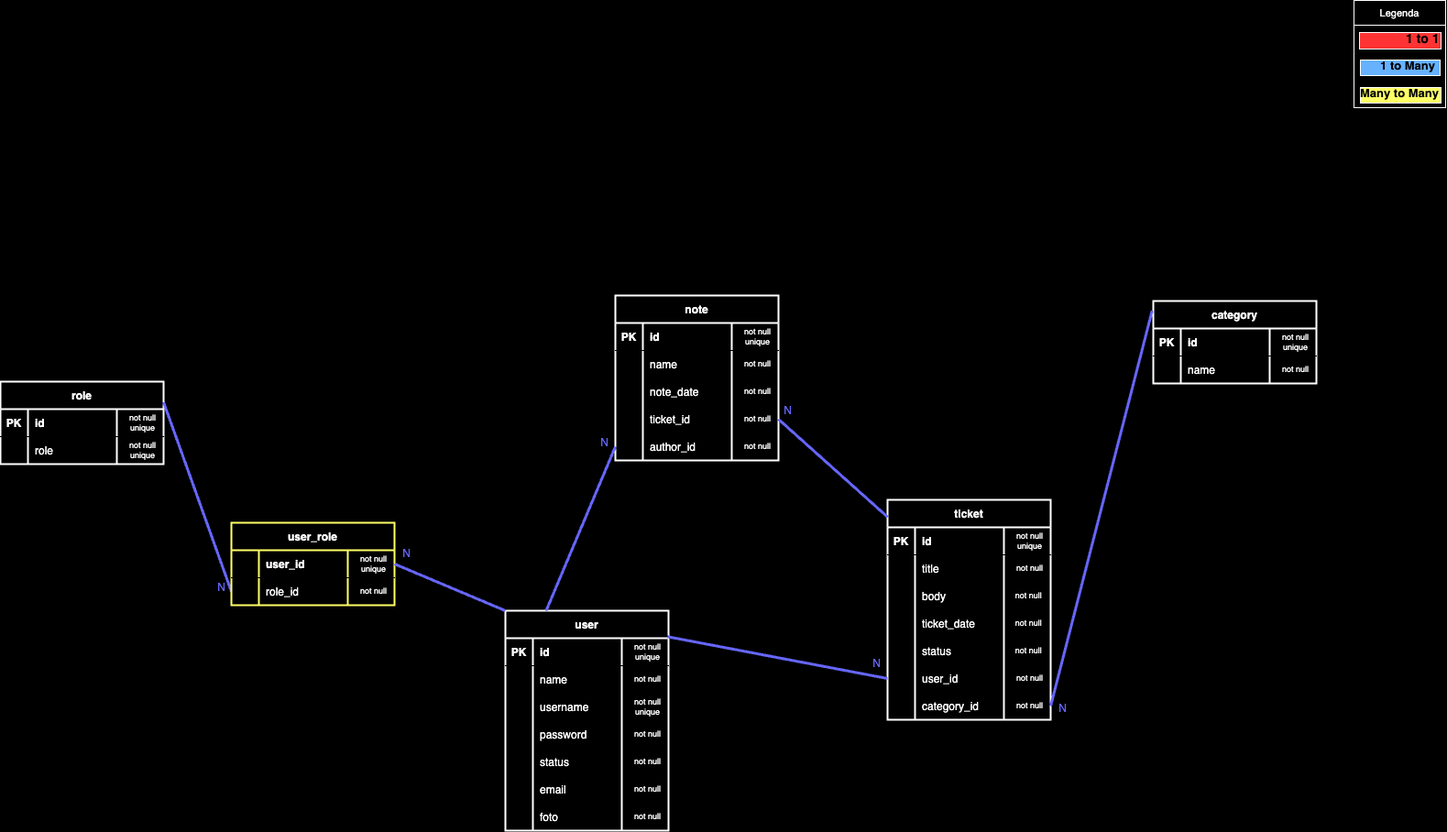
Above: diagram-er-ticketPlatform.drawio.png in LudovicaMassimino/ticket-platform (draw.io), before the change. Source tidied: cells renumbered, new cells last; positions are measured from the earlier drawing's top-left corner, leaving out a move shared by most shapes.
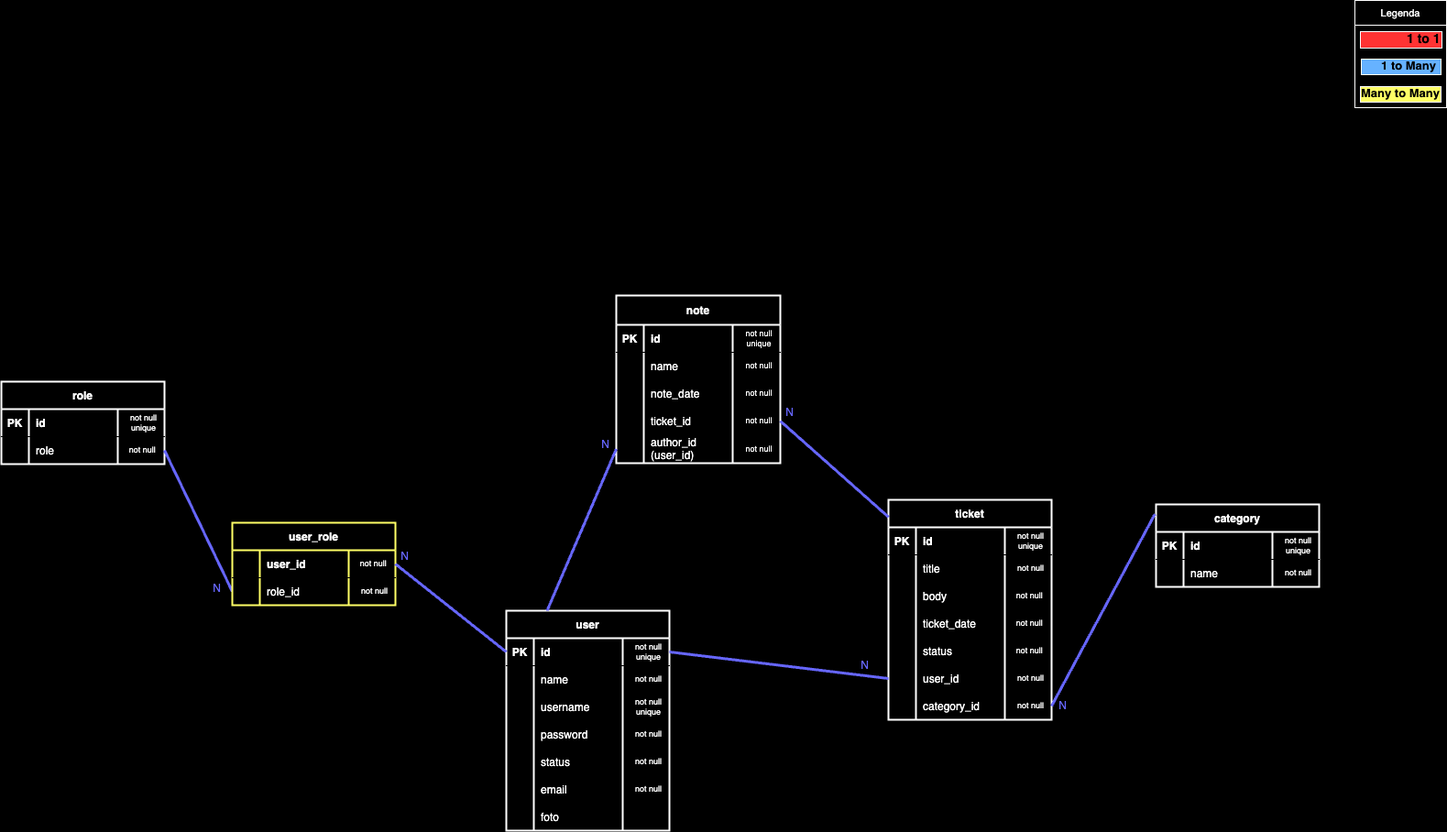
After the change.

Change to the diagram source:
```diff
@@ -86,7 +86,7 @@
     <mxCell id="29" value="foto" style="shape=partialRectangle;fillColor=none;top=0;left=0;bottom=0;right=0;align=left;spacingLeft=6;overflow=hidden;fontColor=#FFFFFF;" parent="27" vertex="1">
       <mxGeometry x="30" width="97" height="30" as="geometry" />
     </mxCell>
-    <mxCell id="30" value="not null" style="shape=partialRectangle;fillColor=none;top=0;left=0;bottom=0;right=0;align=center;spacingLeft=6;overflow=hidden;fontColor=#FFFFFF;fontSize=9;whiteSpace=wrap;" parent="27" vertex="1">
+    <mxCell id="30" style="shape=partialRectangle;fillColor=none;top=0;left=0;bottom=0;right=0;align=center;spacingLeft=6;overflow=hidden;fontColor=#FFFFFF;fontSize=9;whiteSpace=wrap;" parent="27" vertex="1">
       <mxGeometry x="127" width="51" height="30" as="geometry" />
     </mxCell>
     <mxCell id="31" value="ticket" style="shape=table;startSize=30;rowLines=0;fontStyle=1;align=center;labelBackgroundColor=none;labelBorderColor=none;fillColor=none;fontColor=#FFFFFF;strokeColor=#FFFFFF;swimlaneFillColor=#000000;strokeWidth=2;" parent="1" vertex="1">
@@ -177,7 +177,7 @@
       <mxGeometry x="127" width="51" height="30" as="geometry" />
     </mxCell>
     <mxCell id="60" value="category" style="shape=table;startSize=30;rowLines=0;fontStyle=1;align=center;labelBackgroundColor=none;labelBorderColor=none;fillColor=none;fontColor=#FFFFFF;strokeColor=#FFFFFF;swimlaneFillColor=#000000;strokeWidth=2;" parent="1" vertex="1">
-      <mxGeometry x="1258" y="328" width="178" height="90" as="geometry" />
+      <mxGeometry x="1260" y="550" width="178" height="90" as="geometry" />
     </mxCell>
     <mxCell id="61" style="shape=tableRow;horizontal=0;startSize=0;swimlaneHead=0;swimlaneBody=0;fillColor=none;top=0;left=0;right=0;bottom=1;" parent="60" vertex="1">
       <mxGeometry y="30" width="178" height="30" as="geometry" />
@@ -218,21 +218,16 @@
     <mxCell id="73" style="endArrow=none;html=1;rounded=0;exitX=1;exitY=0.5;exitDx=0;exitDy=0;strokeWidth=3;strokeColor=#6666FF;entryX=-0.007;entryY=0.118;entryDx=0;entryDy=0;entryPerimeter=0;" parent="1" edge="1" source="56" target="60">
       <mxGeometry relative="1" as="geometry" />
     </mxCell>
-    <mxCell id="74" value="N" style="html=1;align=right;verticalAlign=bottom;fontColor=#6666FF;" parent="73" vertex="1">
-      <mxGeometry x="1" relative="1" as="geometry">
-        <mxPoint x="-462" y="119" as="offset" />
-      </mxGeometry>
-    </mxCell>
     <mxCell id="75" value="N" style="html=1;align=right;verticalAlign=bottom;fontColor=#6666FF;" parent="73" vertex="1">
       <mxGeometry x="1" relative="1" as="geometry">
-        <mxPoint x="-93" y="441" as="offset" />
+        <mxPoint x="-96" y="217" as="offset" />
       </mxGeometry>
     </mxCell>
-    <mxCell id="76" value="note" style="shape=table;startSize=30;rowLines=0;fontStyle=1;align=center;labelBackgroundColor=none;labelBorderColor=none;fillColor=none;fontColor=#FFFFFF;strokeColor=#FFFFFF;swimlaneFillColor=#000000;strokeWidth=2;" parent="1" vertex="1">
-      <mxGeometry x="671" y="322" width="178" height="180" as="geometry" />
+    <mxCell id="76" value="note" style="shape=table;startSize=32;rowLines=0;fontStyle=1;align=center;labelBackgroundColor=none;labelBorderColor=none;fillColor=none;fontColor=#FFFFFF;strokeColor=#FFFFFF;swimlaneFillColor=#000000;strokeWidth=2;" parent="1" vertex="1">
+      <mxGeometry x="671" y="322" width="179" height="183" as="geometry" />
     </mxCell>
     <mxCell id="77" style="shape=tableRow;horizontal=0;startSize=0;swimlaneHead=0;swimlaneBody=0;fillColor=none;top=0;left=0;right=0;bottom=1;" parent="76" vertex="1">
-      <mxGeometry y="30" width="178" height="30" as="geometry" />
+      <mxGeometry y="32" width="179" height="30" as="geometry" />
     </mxCell>
     <mxCell id="78" value="PK" style="shape=partialRectangle;fillColor=none;top=0;left=0;bottom=0;right=0;fontStyle=1;overflow=hidden;fontColor=#FFFFFF;" parent="77" vertex="1">
       <mxGeometry width="30" height="30" as="geometry" />
@@ -241,10 +236,10 @@
       <mxGeometry x="30" width="97" height="30" as="geometry" />
     </mxCell>
     <mxCell id="80" value="not null unique" style="shape=partialRectangle;fillColor=none;top=0;left=0;bottom=0;right=0;align=center;spacingLeft=6;fontStyle=0;overflow=hidden;fontColor=#FFFFFF;strokeColor=#FFFFFF;fontSize=9;whiteSpace=wrap;" parent="77" vertex="1">
-      <mxGeometry x="127" width="51" height="30" as="geometry" />
+      <mxGeometry x="127" width="52" height="30" as="geometry" />
     </mxCell>
     <mxCell id="81" style="shape=tableRow;horizontal=0;startSize=0;swimlaneHead=0;swimlaneBody=0;fillColor=none;top=0;left=0;right=0;bottom=0;" parent="76" vertex="1">
-      <mxGeometry y="60" width="178" height="30" as="geometry" />
+      <mxGeometry y="62" width="179" height="30" as="geometry" />
     </mxCell>
     <mxCell id="82" style="shape=partialRectangle;fillColor=none;top=0;left=0;bottom=0;right=0;overflow=hidden;fontColor=#FFFFFF;" parent="81" vertex="1">
       <mxGeometry width="30" height="30" as="geometry" />
@@ -253,10 +248,10 @@
       <mxGeometry x="30" width="97" height="30" as="geometry" />
     </mxCell>
     <mxCell id="84" value="not null" style="shape=partialRectangle;fillColor=none;top=0;left=0;bottom=0;right=0;align=center;spacingLeft=6;overflow=hidden;fontColor=#FFFFFF;fontSize=9;whiteSpace=wrap;" parent="81" vertex="1">
-      <mxGeometry x="127" width="51" height="30" as="geometry" />
+      <mxGeometry x="127" width="52" height="30" as="geometry" />
     </mxCell>
     <mxCell id="85" style="shape=tableRow;horizontal=0;startSize=0;swimlaneHead=0;swimlaneBody=0;fillColor=none;top=0;left=0;right=0;bottom=0;" parent="76" vertex="1">
-      <mxGeometry y="90" width="178" height="30" as="geometry" />
+      <mxGeometry y="92" width="179" height="30" as="geometry" />
     </mxCell>
     <mxCell id="86" style="shape=partialRectangle;fillColor=none;top=0;left=0;bottom=0;right=0;overflow=hidden;fontColor=#FFFFFF;" parent="85" vertex="1">
       <mxGeometry width="30" height="30" as="geometry" />
@@ -265,10 +260,10 @@
       <mxGeometry x="30" width="97" height="30" as="geometry" />
     </mxCell>
     <mxCell id="88" value="not null" style="shape=partialRectangle;fillColor=none;top=0;left=0;bottom=0;right=0;align=center;spacingLeft=6;overflow=hidden;fontColor=#FFFFFF;fontSize=9;whiteSpace=wrap;" parent="85" vertex="1">
-      <mxGeometry x="127" width="51" height="30" as="geometry" />
+      <mxGeometry x="127" width="52" height="30" as="geometry" />
     </mxCell>
     <mxCell id="89" style="shape=tableRow;horizontal=0;startSize=0;swimlaneHead=0;swimlaneBody=0;fillColor=none;points=[[0,0.5],[1,0.5]];portConstraint=eastwest;top=0;left=0;right=0;bottom=0;" parent="76" vertex="1">
-      <mxGeometry y="120" width="178" height="30" as="geometry" />
+      <mxGeometry y="122" width="179" height="30" as="geometry" />
     </mxCell>
     <mxCell id="90" style="shape=partialRectangle;fillColor=none;top=0;left=0;bottom=0;right=0;overflow=hidden;fontColor=#FFFFFF;" parent="89" vertex="1">
       <mxGeometry width="30" height="30" as="geometry" />
@@ -277,26 +272,26 @@
       <mxGeometry x="30" width="97" height="30" as="geometry" />
     </mxCell>
     <mxCell id="92" value="not null" style="shape=partialRectangle;fillColor=none;top=0;left=0;bottom=0;right=0;align=center;spacingLeft=6;overflow=hidden;fontColor=#FFFFFF;fontSize=9;whiteSpace=wrap;" parent="89" vertex="1">
-      <mxGeometry x="127" width="51" height="30" as="geometry" />
+      <mxGeometry x="127" width="52" height="30" as="geometry" />
     </mxCell>
     <mxCell id="93" style="shape=tableRow;horizontal=0;startSize=0;swimlaneHead=0;swimlaneBody=0;fillColor=none;points=[[0,0.5],[1,0.5]];portConstraint=eastwest;top=0;left=0;right=0;bottom=0;" parent="76" vertex="1">
-      <mxGeometry y="150" width="178" height="30" as="geometry" />
+      <mxGeometry y="152" width="179" height="31" as="geometry" />
     </mxCell>
     <mxCell id="94" style="shape=partialRectangle;fillColor=none;top=0;left=0;bottom=0;right=0;overflow=hidden;fontColor=#FFFFFF;" parent="93" vertex="1">
-      <mxGeometry width="30" height="30" as="geometry" />
+      <mxGeometry width="30" height="31" as="geometry" />
     </mxCell>
-    <mxCell id="95" value="author_id" style="shape=partialRectangle;fillColor=none;top=0;left=0;bottom=0;right=0;align=left;spacingLeft=6;overflow=hidden;fontColor=#FFFFFF;" parent="93" vertex="1">
-      <mxGeometry x="30" width="97" height="30" as="geometry" />
+    <mxCell id="95" value="author_id &#10;(user_id)&#10;" style="shape=partialRectangle;fillColor=none;top=0;left=0;bottom=0;right=0;align=left;spacingLeft=6;overflow=hidden;fontColor=#FFFFFF;fontSize=12;" parent="93" vertex="1">
+      <mxGeometry x="30" width="97" height="31" as="geometry" />
     </mxCell>
     <mxCell id="96" value="not null" style="shape=partialRectangle;fillColor=none;top=0;left=0;bottom=0;right=0;align=center;spacingLeft=6;overflow=hidden;fontColor=#FFFFFF;fontSize=9;whiteSpace=wrap;" parent="93" vertex="1">
-      <mxGeometry x="127" width="51" height="30" as="geometry" />
+      <mxGeometry x="127" width="52" height="31" as="geometry" />
     </mxCell>
     <mxCell id="97" style="endArrow=none;html=1;rounded=0;strokeWidth=3;strokeColor=#6666FF;entryX=1;entryY=0.5;entryDx=0;entryDy=0;exitX=0;exitY=0.078;exitDx=0;exitDy=0;exitPerimeter=0;" parent="1" edge="1" source="31" target="89">
       <mxGeometry relative="1" as="geometry" />
     </mxCell>
     <mxCell id="98" value="N" style="html=1;align=right;verticalAlign=bottom;fontColor=#6666FF;" parent="97" vertex="1">
       <mxGeometry x="1" relative="1" as="geometry">
-        <mxPoint x="112" y="275" as="offset" />
+        <mxPoint x="97" y="275" as="offset" />
       </mxGeometry>
     </mxCell>
     <mxCell id="99" value="N" style="html=1;align=right;verticalAlign=bottom;fontColor=#6666FF;" parent="97" vertex="1">
@@ -304,7 +299,7 @@
         <mxPoint x="15" y="-1" as="offset" />
       </mxGeometry>
     </mxCell>
-    <mxCell id="100" style="endArrow=none;html=1;rounded=0;exitX=0.993;exitY=0.118;exitDx=0;exitDy=0;strokeWidth=3;strokeColor=#6666FF;entryX=0;entryY=0.5;entryDx=0;entryDy=0;exitPerimeter=0;" parent="1" edge="1" source="2" target="52">
+    <mxCell id="100" style="endArrow=none;html=1;rounded=0;exitX=1;exitY=0.5;exitDx=0;exitDy=0;strokeWidth=3;strokeColor=#6666FF;entryX=0;entryY=0.5;entryDx=0;entryDy=0;" parent="1" edge="1" source="3" target="52">
       <mxGeometry relative="1" as="geometry" />
     </mxCell>
     <mxCell id="101" value="role" style="shape=table;startSize=30;rowLines=0;fontStyle=1;align=center;labelBackgroundColor=none;labelBorderColor=none;fillColor=none;fontColor=#FFFFFF;strokeColor=#FFFFFF;swimlaneFillColor=#000000;strokeWidth=2;" parent="1" vertex="1">
@@ -331,15 +326,15 @@
     <mxCell id="108" value="role" style="shape=partialRectangle;fillColor=none;top=0;left=0;bottom=0;right=0;align=left;spacingLeft=6;overflow=hidden;fontColor=#FFFFFF;" parent="106" vertex="1">
       <mxGeometry x="30" width="97" height="30" as="geometry" />
     </mxCell>
-    <mxCell id="109" value="not null unique" style="shape=partialRectangle;fillColor=none;top=0;left=0;bottom=0;right=0;align=center;spacingLeft=6;overflow=hidden;fontColor=#FFFFFF;fontSize=9;whiteSpace=wrap;" parent="106" vertex="1">
+    <mxCell id="109" value="not null " style="shape=partialRectangle;fillColor=none;top=0;left=0;bottom=0;right=0;align=center;spacingLeft=6;overflow=hidden;fontColor=#FFFFFF;fontSize=9;whiteSpace=wrap;" parent="106" vertex="1">
       <mxGeometry x="127" width="51" height="30" as="geometry" />
     </mxCell>
-    <mxCell id="110" style="endArrow=none;html=1;rounded=0;strokeColor=#6666FF;strokeWidth=3;fontColor=#FFFF66;exitX=1;exitY=0.25;exitDx=0;exitDy=0;entryX=0;entryY=0.5;entryDx=0;entryDy=0;" parent="1" edge="1" source="101" target="117">
+    <mxCell id="110" style="endArrow=none;html=1;rounded=0;strokeColor=#6666FF;strokeWidth=3;fontColor=#FFFF66;exitX=1;exitY=0.5;exitDx=0;exitDy=0;entryX=0;entryY=0.5;entryDx=0;entryDy=0;" parent="1" edge="1" source="106" target="117">
       <mxGeometry relative="1" as="geometry" />
     </mxCell>
     <mxCell id="111" value="N" style="html=1;align=right;verticalAlign=bottom;fontColor=#6666FF;" parent="110" vertex="1">
       <mxGeometry x="1" relative="1" as="geometry">
-        <mxPoint x="-7" y="3" as="offset" />
+        <mxPoint x="-12" y="5" as="offset" />
       </mxGeometry>
     </mxCell>
     <mxCell id="112" value="user_role" style="shape=table;startSize=30;rowLines=0;fontStyle=1;align=center;labelBackgroundColor=none;labelBorderColor=none;fillColor=none;fontColor=#FFFFFF;strokeColor=#FFFF66;swimlaneFillColor=#000000;strokeWidth=2;" parent="1" vertex="1">
@@ -354,7 +349,7 @@
     <mxCell id="115" value="user_id" style="shape=partialRectangle;fillColor=none;top=0;left=0;bottom=0;right=0;align=left;spacingLeft=6;fontStyle=1;overflow=hidden;fontColor=#FFFFFF;strokeColor=#FFFFFF;" parent="113" vertex="1">
       <mxGeometry x="30" width="97" height="30" as="geometry" />
     </mxCell>
-    <mxCell id="116" value="not null unique" style="shape=partialRectangle;fillColor=none;top=0;left=0;bottom=0;right=0;align=center;spacingLeft=6;fontStyle=0;overflow=hidden;fontColor=#FFFFFF;strokeColor=#FFFFFF;fontSize=9;whiteSpace=wrap;" parent="113" vertex="1">
+    <mxCell id="116" value="not null " style="shape=partialRectangle;fillColor=none;top=0;left=0;bottom=0;right=0;align=center;spacingLeft=6;fontStyle=0;overflow=hidden;fontColor=#FFFFFF;strokeColor=#FFFFFF;fontSize=9;whiteSpace=wrap;" parent="113" vertex="1">
       <mxGeometry x="127" width="51" height="30" as="geometry" />
     </mxCell>
     <mxCell id="117" style="shape=tableRow;horizontal=0;startSize=0;swimlaneHead=0;swimlaneBody=0;fillColor=none;points=[[0,0.5],[1,0.5]];portConstraint=eastwest;top=0;left=0;right=0;bottom=0;" parent="112" vertex="1">
@@ -369,12 +364,12 @@
     <mxCell id="120" value="not null" style="shape=partialRectangle;fillColor=none;top=0;left=0;bottom=0;right=0;align=center;spacingLeft=6;overflow=hidden;fontColor=#FFFFFF;fontSize=9;whiteSpace=wrap;" parent="117" vertex="1">
       <mxGeometry x="127" width="51" height="30" as="geometry" />
     </mxCell>
-    <mxCell id="121" style="endArrow=none;html=1;rounded=0;strokeColor=#6666FF;strokeWidth=3;fontColor=#FFFF66;exitX=0;exitY=0;exitDx=0;exitDy=0;entryX=1;entryY=0.5;entryDx=0;entryDy=0;" parent="1" edge="1" source="2" target="113">
+    <mxCell id="121" style="endArrow=none;html=1;rounded=0;strokeColor=#6666FF;strokeWidth=3;fontColor=#FFFF66;exitX=0;exitY=0.5;exitDx=0;exitDy=0;entryX=1;entryY=0.5;entryDx=0;entryDy=0;" parent="1" edge="1" source="3" target="113">
       <mxGeometry relative="1" as="geometry" />
     </mxCell>
     <mxCell id="122" value="N" style="html=1;align=right;verticalAlign=bottom;fontColor=#6666FF;" parent="121" vertex="1">
       <mxGeometry x="1" relative="1" as="geometry">
-        <mxPoint x="17" y="-4" as="offset" />
+        <mxPoint x="15" as="offset" />
       </mxGeometry>
     </mxCell>
     <mxCell id="123" style="endArrow=none;html=1;rounded=0;strokeColor=#6666FF;strokeWidth=3;fontColor=#FFFF66;exitX=0.25;exitY=0;exitDx=0;exitDy=0;entryX=0;entryY=0.5;entryDx=0;entryDy=0;" parent="1" edge="1" source="2" target="93">
```
